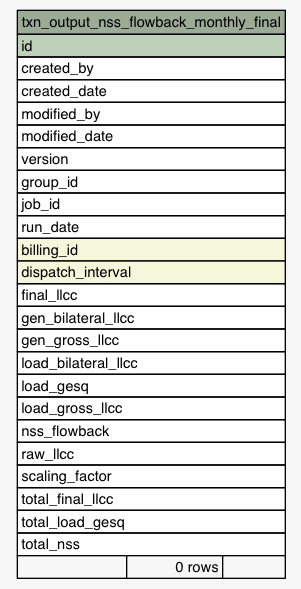
Earlier version of the Graphviz export Data/settlement/diagrams/summary/txn_output_nss_flowback_monthly_final.1degree.png (eyana-m/python-data-dictionary-writer). Its source is kept beside it as Data/settlement/diagrams/summary/txn_output_nss_flowback_monthly_final.1degree.dot. The source it was exported from:
```dot
digraph "txn_output_nss_flowback_monthly_final" {
  graph [
    rankdir="RL"
    bgcolor="#f7f7f7"
    nodesep="0.18"
    ranksep="0.46"
    fontname="Helvetica"
    fontsize="11"
  ];
  node [
    fontname="Helvetica"
    fontsize="11"
    shape="plaintext"
  ];
  edge [
    arrowsize="0.8"
  ];
  "txn_output_nss_flowback_monthly_final" [
    label=<
    <TABLE BORDER="0" CELLBORDER="1" CELLSPACING="0" BGCOLOR="#ffffff">
      <TR><TD COLSPAN="3" BGCOLOR="#9bab96" ALIGN="CENTER">txn_output_nss_flowback_monthly_final</TD></TR>
      <TR><TD PORT="id" COLSPAN="3" BGCOLOR="#bed1b8" ALIGN="LEFT">id</TD></TR>
      <TR><TD PORT="created_by" COLSPAN="3" ALIGN="LEFT">created_by</TD></TR>
      <TR><TD PORT="created_date" COLSPAN="3" ALIGN="LEFT">created_date</TD></TR>
      <TR><TD PORT="modified_by" COLSPAN="3" ALIGN="LEFT">modified_by</TD></TR>
      <TR><TD PORT="modified_date" COLSPAN="3" ALIGN="LEFT">modified_date</TD></TR>
      <TR><TD PORT="version" COLSPAN="3" ALIGN="LEFT">version</TD></TR>
      <TR><TD PORT="group_id" COLSPAN="3" ALIGN="LEFT">group_id</TD></TR>
      <TR><TD PORT="job_id" COLSPAN="3" ALIGN="LEFT">job_id</TD></TR>
      <TR><TD PORT="run_date" COLSPAN="3" ALIGN="LEFT">run_date</TD></TR>
      <TR><TD PORT="billing_id" COLSPAN="3" BGCOLOR="#f4f7da" ALIGN="LEFT">billing_id</TD></TR>
      <TR><TD PORT="dispatch_interval" COLSPAN="3" BGCOLOR="#f4f7da" ALIGN="LEFT">dispatch_interval</TD></TR>
      <TR><TD PORT="final_llcc" COLSPAN="3" ALIGN="LEFT">final_llcc</TD></TR>
      <TR><TD PORT="gen_bilateral_llcc" COLSPAN="3" ALIGN="LEFT">gen_bilateral_llcc</TD></TR>
      <TR><TD PORT="gen_gross_llcc" COLSPAN="3" ALIGN="LEFT">gen_gross_llcc</TD></TR>
      <TR><TD PORT="load_bilateral_llcc" COLSPAN="3" ALIGN="LEFT">load_bilateral_llcc</TD></TR>
      <TR><TD PORT="load_gesq" COLSPAN="3" ALIGN="LEFT">load_gesq</TD></TR>
      <TR><TD PORT="load_gross_llcc" COLSPAN="3" ALIGN="LEFT">load_gross_llcc</TD></TR>
      <TR><TD PORT="nss_flowback" COLSPAN="3" ALIGN="LEFT">nss_flowback</TD></TR>
      <TR><TD PORT="raw_llcc" COLSPAN="3" ALIGN="LEFT">raw_llcc</TD></TR>
      <TR><TD PORT="scaling_factor" COLSPAN="3" ALIGN="LEFT">scaling_factor</TD></TR>
      <TR><TD PORT="total_final_llcc" COLSPAN="3" ALIGN="LEFT">total_final_llcc</TD></TR>
      <TR><TD PORT="total_load_gesq" COLSPAN="3" ALIGN="LEFT">total_load_gesq</TD></TR>
      <TR><TD PORT="total_nss" COLSPAN="3" ALIGN="LEFT">total_nss</TD></TR>
      <TR><TD ALIGN="LEFT" BGCOLOR="#f7f7f7">  </TD><TD ALIGN="RIGHT" BGCOLOR="#f7f7f7">0 rows</TD><TD ALIGN="RIGHT" BGCOLOR="#f7f7f7">  </TD></TR>
    </TABLE>>
    URL="tables/txn_output_nss_flowback_monthly_final.html"
    tooltip="txn_output_nss_flowback_monthly_final"
  ];
}
```
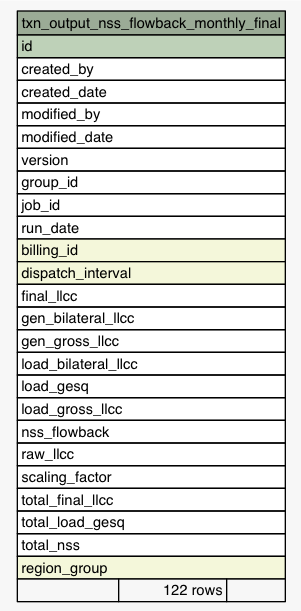
After the commit.

Diff of the diagram source:
```diff
@@ -42,7 +42,8 @@
       <TR><TD PORT="total_final_llcc" COLSPAN="3" ALIGN="LEFT">total_final_llcc</TD></TR>
       <TR><TD PORT="total_load_gesq" COLSPAN="3" ALIGN="LEFT">total_load_gesq</TD></TR>
       <TR><TD PORT="total_nss" COLSPAN="3" ALIGN="LEFT">total_nss</TD></TR>
-      <TR><TD ALIGN="LEFT" BGCOLOR="#f7f7f7">  </TD><TD ALIGN="RIGHT" BGCOLOR="#f7f7f7">0 rows</TD><TD ALIGN="RIGHT" BGCOLOR="#f7f7f7">  </TD></TR>
+      <TR><TD PORT="region_group" COLSPAN="3" BGCOLOR="#f4f7da" ALIGN="LEFT">region_group</TD></TR>
+      <TR><TD ALIGN="LEFT" BGCOLOR="#f7f7f7">  </TD><TD ALIGN="RIGHT" BGCOLOR="#f7f7f7">122 rows</TD><TD ALIGN="RIGHT" BGCOLOR="#f7f7f7">  </TD></TR>
     </TABLE>>
     URL="tables/txn_output_nss_flowback_monthly_final.html"
     tooltip="txn_output_nss_flowback_monthly_final"
```
